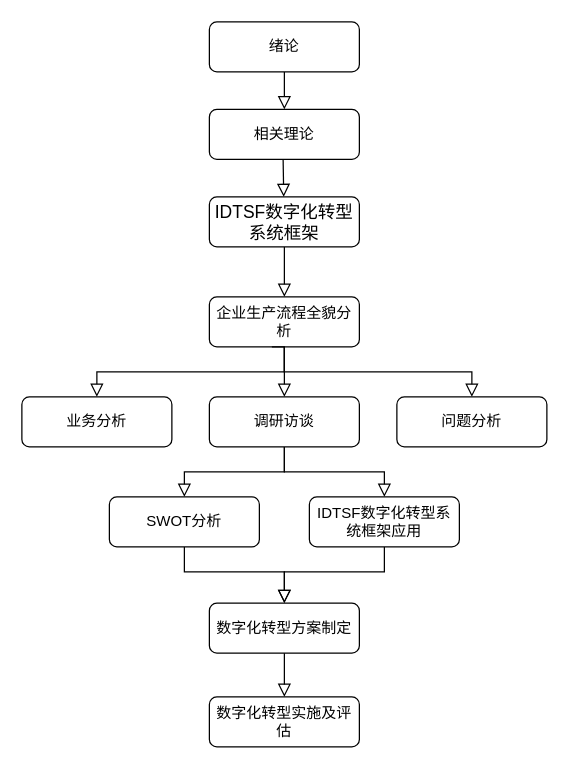
Before: 未命名绘图.drawio in ForLina/sxc_contract, a draw.io diagram. Source tidied: cells renumbered, new cells numbered last; positions are measured from the earlier drawing's top-left corner, leaving out a move shared by most shapes. Both pictures are drawn from the tidied source at 125%, with x=0, y=0 at pixel (21, 21).
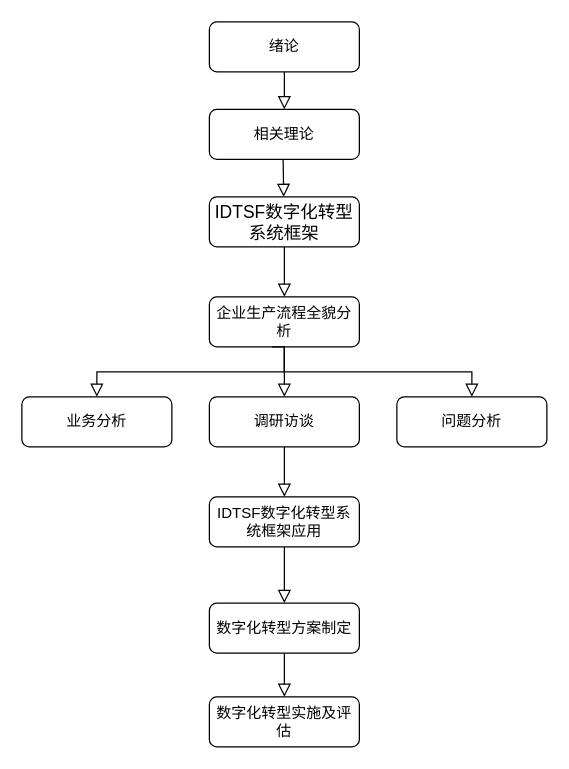
The same diagram, later.

Commit message:
更新未命名绘图.drawio

Unchanged cells that the change refers to:
```xml
<mxCell id="8" value="数字化转型方案制定" style="rounded=1;whiteSpace=wrap;html=1;fontSize=12;glass=0;strokeWidth=1;shadow=0;" parent="1" vertex="1">
  <mxGeometry x="150" y="465" width="120" height="40" as="geometry" />
</mxCell>
<mxCell id="9" value="数字化转型实施及评估" style="rounded=1;whiteSpace=wrap;html=1;fontSize=12;glass=0;strokeWidth=1;shadow=0;" parent="1" vertex="1">
  <mxGeometry x="150" y="540" width="120" height="40" as="geometry" />
</mxCell>
<mxCell id="13" value="调研访谈" style="rounded=1;whiteSpace=wrap;html=1;fontSize=12;glass=0;strokeWidth=1;shadow=0;" parent="1" vertex="1">
  <mxGeometry x="150" y="300" width="120" height="40" as="geometry" />
</mxCell>
```

Diff of the diagram source:
```diff
@@
-    <mxCell id="17" value="SWOT分析" style="rounded=1;whiteSpace=wrap;html=1;fontSize=12;glass=0;strokeWidth=1;shadow=0;" parent="1" vertex="1">
-      <mxGeometry x="70" y="380" width="120" height="40" as="geometry" />
-    </mxCell>
-    <mxCell id="18" style="rounded=0;html=1;jettySize=auto;fontSize=11;endArrow=block;endFill=0;endSize=8;strokeWidth=1;shadow=0;labelBackgroundColor=none;edgeStyle=orthogonalEdgeStyle;exitX=0.5;exitY=1;exitDx=0;exitDy=0;entryX=0.5;entryY=0;entryDx=0;entryDy=0;" parent="1" edge="1" target="17">
-      <mxGeometry relative="1" as="geometry">
-        <mxPoint x="210" y="340" as="sourcePoint" />
-        <Array as="points">
-          <mxPoint x="210" y="360" />
-          <mxPoint x="130" y="360" />
-        </Array>
-      </mxGeometry>
-    </mxCell>
     <mxCell id="19" value="IDTSF数字化转型系统框架应用" style="rounded=1;whiteSpace=wrap;html=1;fontSize=12;glass=0;strokeWidth=1;shadow=0;" parent="1" vertex="1">
-      <mxGeometry x="230" y="380" width="120" height="40" as="geometry" />
+      <mxGeometry x="150" y="380" width="120" height="40" as="geometry" />
     </mxCell>
-    <mxCell id="20" style="rounded=0;html=1;jettySize=auto;fontSize=11;endArrow=block;endFill=0;endSize=8;strokeWidth=1;shadow=0;labelBackgroundColor=none;edgeStyle=orthogonalEdgeStyle;entryX=0.5;entryY=0;entryDx=0;entryDy=0;" parent="1" edge="1" target="19">
-      <mxGeometry relative="1" as="geometry">
-        <mxPoint x="210" y="340" as="sourcePoint" />
-        <Array as="points">
-          <mxPoint x="210" y="360" />
-          <mxPoint x="290" y="360" />
-        </Array>
-      </mxGeometry>
-    </mxCell>
-    <mxCell id="21" style="rounded=0;html=1;jettySize=auto;fontSize=11;endArrow=block;endFill=0;endSize=8;strokeWidth=1;shadow=0;labelBackgroundColor=none;edgeStyle=orthogonalEdgeStyle;exitX=0.5;exitY=1;exitDx=0;exitDy=0;entryX=0.5;entryY=0;entryDx=0;entryDy=0;" parent="1" edge="1" target="8">
-      <mxGeometry relative="1" as="geometry">
-        <mxPoint x="130" y="420" as="sourcePoint" />
-        <Array as="points">
-          <mxPoint x="130" y="440" />
-          <mxPoint x="210" y="440" />
-        </Array>
-      </mxGeometry>
-    </mxCell>
+    <mxCell id="23" style="rounded=0;html=1;jettySize=auto;fontSize=11;endArrow=block;endFill=0;endSize=8;strokeWidth=1;shadow=0;labelBackgroundColor=none;edgeStyle=orthogonalEdgeStyle;exitX=0.5;exitY=1;exitDx=0;exitDy=0;entryX=0.5;entryY=0;entryDx=0;entryDy=0;" parent="1" edge="1" target="9">
+      <mxGeometry relative="1" as="geometry">
+        <mxPoint x="210" y="505" as="sourcePoint" />
+        <Array as="points">
+          <mxPoint x="210" y="530" />
+          <mxPoint x="210" y="530" />
+        </Array>
+      </mxGeometry>
+    </mxCell>
+    <mxCell id="24" style="rounded=0;html=1;jettySize=auto;fontSize=11;endArrow=block;endFill=0;endSize=8;strokeWidth=1;shadow=0;labelBackgroundColor=none;edgeStyle=orthogonalEdgeStyle;exitX=0.5;exitY=1;exitDx=0;exitDy=0;entryX=0.5;entryY=0;entryDx=0;entryDy=0;" parent="1" edge="1" source="13" target="19">
+      <mxGeometry relative="1" as="geometry" />
+    </mxCell>
     <mxCell id="22" style="rounded=0;html=1;jettySize=auto;fontSize=11;endArrow=block;endFill=0;endSize=8;strokeWidth=1;shadow=0;labelBackgroundColor=none;edgeStyle=orthogonalEdgeStyle;exitX=0.5;exitY=1;exitDx=0;exitDy=0;entryX=0.5;entryY=0;entryDx=0;entryDy=0;" parent="1" edge="1" source="19" target="8">
-      <mxGeometry relative="1" as="geometry">
-        <Array as="points">
-          <mxPoint x="290" y="440" />
-          <mxPoint x="210" y="440" />
-        </Array>
-      </mxGeometry>
+      <mxGeometry relative="1" as="geometry" />
     </mxCell>
-    <mxCell id="23" style="rounded=0;html=1;jettySize=auto;fontSize=11;endArrow=block;endFill=0;endSize=8;strokeWidth=1;shadow=0;labelBackgroundColor=none;edgeStyle=orthogonalEdgeStyle;exitX=0.5;exitY=1;exitDx=0;exitDy=0;entryX=0.5;entryY=0;entryDx=0;entryDy=0;" parent="1" edge="1" target="9">
-      <mxGeometry relative="1" as="geometry">
-        <mxPoint x="210" y="505" as="sourcePoint" />
-        <Array as="points">
-          <mxPoint x="210" y="530" />
-          <mxPoint x="210" y="530" />
-        </Array>
-      </mxGeometry>
-    </mxCell>
```
